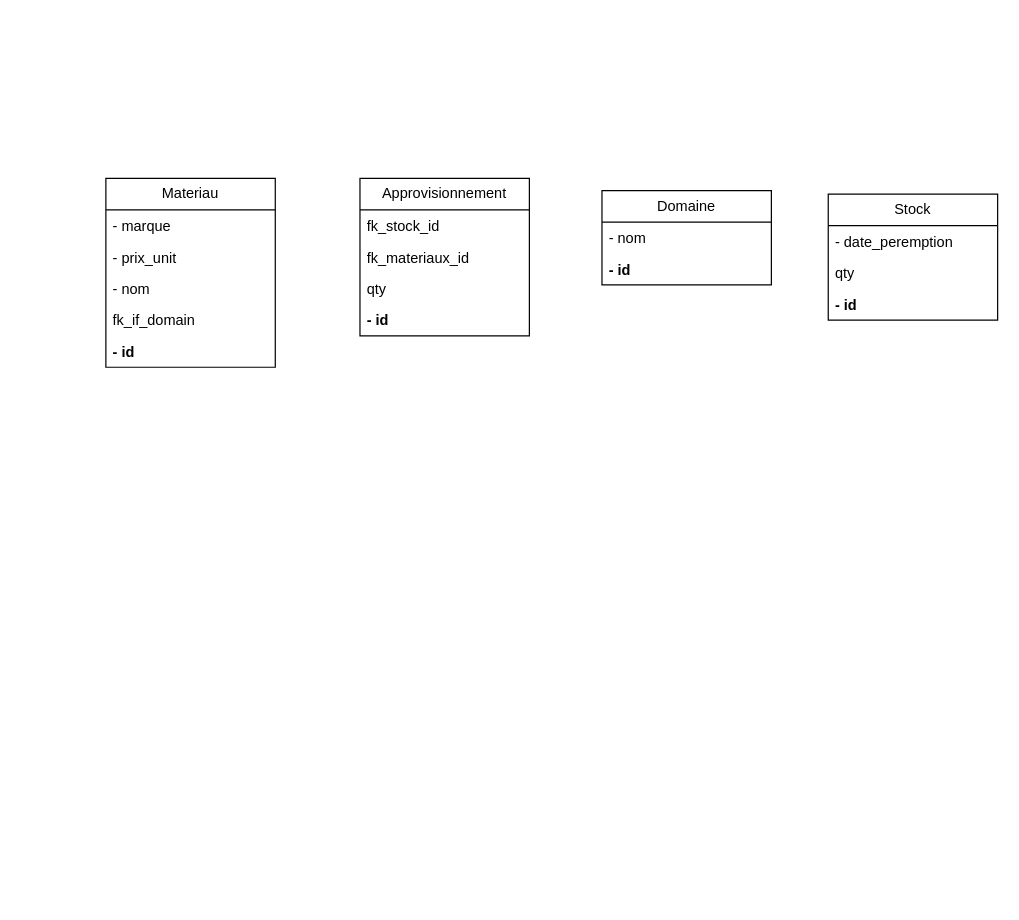
The draw.io diagram page "modele relationnel" (2 of 2) of revisions/guicopresse.drawio in arseneRuben/INF1094, before the edit. Source tidied: cells renumbered, new cells numbered last; positions are measured from the earlier drawing's top-left corner, leaving out a move shared by most shapes. Both pictures are drawn from the tidied source at 121%, with x=0, y=0 at pixel (105, 178).
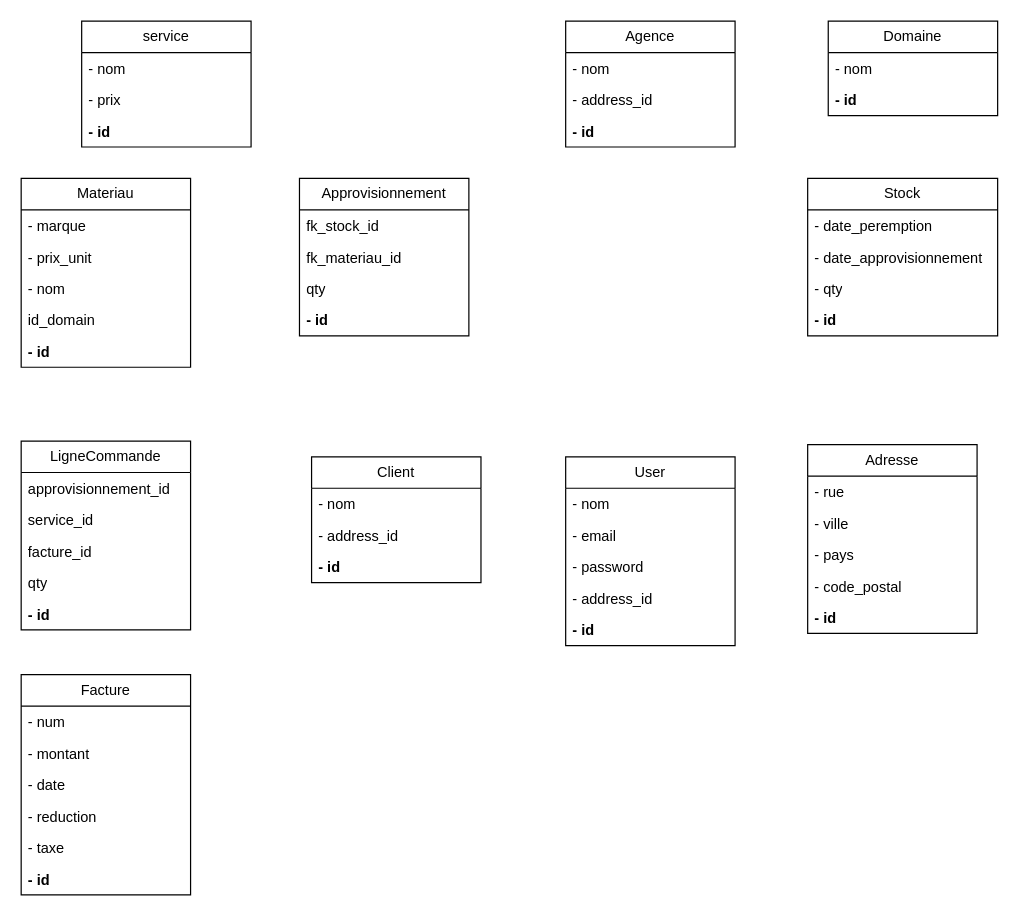
The same diagram, later.

Change to the diagram source:
```diff
@@
     <mxCell id="2" value="Materiau" style="swimlane;fontStyle=0;horizontal=1;startSize=26;fillColor=none;whiteSpace=wrap;html=1;" parent="1" vertex="1">
-      <mxGeometry width="140" height="156" as="geometry" />
+      <mxGeometry x="-70" width="140" height="156" as="geometry" />
     </mxCell>
@@
-    <mxCell id="6" value="fk_if_domain" style="text;strokeColor=none;fillColor=none;align=left;verticalAlign=top;spacingLeft=4;spacingRight=4;overflow=hidden;whiteSpace=wrap;html=1;" parent="2" vertex="1">
+    <mxCell id="6" value="id_domain" style="text;strokeColor=none;fillColor=none;align=left;verticalAlign=top;spacingLeft=4;spacingRight=4;overflow=hidden;whiteSpace=wrap;html=1;" parent="2" vertex="1">
       <mxGeometry y="104" width="140" height="26" as="geometry" />
     </mxCell>
@@
     <mxCell id="8" value="Domaine" style="swimlane;fontStyle=0;horizontal=1;startSize=26;fillColor=none;whiteSpace=wrap;html=1;" parent="1" vertex="1">
-      <mxGeometry x="410" y="10" width="140" height="78" as="geometry" />
+      <mxGeometry x="597" y="-130" width="140" height="78" as="geometry" />
     </mxCell>
@@
     <mxCell id="11" value="Approvisionnement" style="swimlane;fontStyle=0;horizontal=1;startSize=26;fillColor=none;whiteSpace=wrap;html=1;" parent="1" vertex="1">
-      <mxGeometry x="210" width="140" height="130" as="geometry" />
+      <mxGeometry x="160" width="140" height="130" as="geometry" />
     </mxCell>
@@
-    <mxCell id="13" value="fk_materiaux_id" style="text;strokeColor=none;fillColor=none;align=left;verticalAlign=top;spacingLeft=4;spacingRight=4;overflow=hidden;whiteSpace=wrap;html=1;" parent="11" vertex="1">
+    <mxCell id="13" value="fk_materiau_id" style="text;strokeColor=none;fillColor=none;align=left;verticalAlign=top;spacingLeft=4;spacingRight=4;overflow=hidden;whiteSpace=wrap;html=1;" parent="11" vertex="1">
       <mxGeometry y="52" width="140" height="26" as="geometry" />
     </mxCell>
@@
     <mxCell id="16" value="Stock" style="swimlane;fontStyle=0;horizontal=1;startSize=26;fillColor=none;whiteSpace=wrap;html=1;" parent="1" vertex="1">
-      <mxGeometry x="597" y="13" width="140" height="104" as="geometry" />
+      <mxGeometry x="580" width="157" height="130" as="geometry" />
     </mxCell>
     <mxCell id="17" value="- date_peremption" style="text;strokeColor=none;fillColor=none;align=left;verticalAlign=top;spacingLeft=4;spacingRight=4;overflow=hidden;whiteSpace=wrap;html=1;" parent="16" vertex="1">
-      <mxGeometry y="26" width="140" height="26" as="geometry" />
+      <mxGeometry y="26" width="157" height="26" as="geometry" />
     </mxCell>
+    <mxCell id="20" value="- date_approvisionnement" style="text;strokeColor=none;fillColor=none;align=left;verticalAlign=top;spacingLeft=4;spacingRight=4;overflow=hidden;whiteSpace=wrap;html=1;" parent="16" vertex="1">
+      <mxGeometry y="52" width="157" height="26" as="geometry" />
+    </mxCell>
-    <mxCell id="18" value="qty" style="text;strokeColor=none;fillColor=none;align=left;verticalAlign=top;spacingLeft=4;spacingRight=4;overflow=hidden;whiteSpace=wrap;html=1;" parent="16" vertex="1">
-      <mxGeometry y="52" width="140" height="26" as="geometry" />
+    <mxCell id="18" value="- qty" style="text;strokeColor=none;fillColor=none;align=left;verticalAlign=top;spacingLeft=4;spacingRight=4;overflow=hidden;whiteSpace=wrap;html=1;" parent="16" vertex="1">
+      <mxGeometry y="78" width="157" height="26" as="geometry" />
     </mxCell>
     <mxCell id="19" value="&lt;b&gt;- id&lt;/b&gt;" style="text;strokeColor=none;fillColor=none;align=left;verticalAlign=top;spacingLeft=4;spacingRight=4;overflow=hidden;whiteSpace=wrap;html=1;" parent="16" vertex="1">
-      <mxGeometry y="78" width="140" height="26" as="geometry" />
+      <mxGeometry y="104" width="157" height="26" as="geometry" />
     </mxCell>
+    <mxCell id="21" value="Agence" style="swimlane;fontStyle=0;horizontal=1;startSize=26;fillColor=none;whiteSpace=wrap;html=1;" parent="1" vertex="1">
+      <mxGeometry x="380" y="-130" width="140" height="104" as="geometry" />
+    </mxCell>
+    <mxCell id="22" value="- nom" style="text;strokeColor=none;fillColor=none;align=left;verticalAlign=top;spacingLeft=4;spacingRight=4;overflow=hidden;whiteSpace=wrap;html=1;" parent="21" vertex="1">
+      <mxGeometry y="26" width="140" height="26" as="geometry" />
+    </mxCell>
+    <mxCell id="23" value="- address_id" style="text;strokeColor=none;fillColor=none;align=left;verticalAlign=top;spacingLeft=4;spacingRight=4;overflow=hidden;whiteSpace=wrap;html=1;" parent="21" vertex="1">
+      <mxGeometry y="52" width="140" height="26" as="geometry" />
+    </mxCell>
+    <mxCell id="24" value="&lt;b&gt;- id&lt;/b&gt;" style="text;strokeColor=none;fillColor=none;align=left;verticalAlign=top;spacingLeft=4;spacingRight=4;overflow=hidden;whiteSpace=wrap;html=1;" parent="21" vertex="1">
+      <mxGeometry y="78" width="140" height="26" as="geometry" />
+    </mxCell>
+    <mxCell id="25" value="Adresse" style="swimlane;fontStyle=0;horizontal=1;startSize=26;fillColor=none;whiteSpace=wrap;html=1;" parent="1" vertex="1">
+      <mxGeometry x="580" y="220" width="140" height="156" as="geometry" />
+    </mxCell>
+    <mxCell id="26" value="- rue" style="text;strokeColor=none;fillColor=none;align=left;verticalAlign=top;spacingLeft=4;spacingRight=4;overflow=hidden;whiteSpace=wrap;html=1;" parent="25" vertex="1">
+      <mxGeometry y="26" width="140" height="26" as="geometry" />
+    </mxCell>
+    <mxCell id="27" value="- ville" style="text;strokeColor=none;fillColor=none;align=left;verticalAlign=top;spacingLeft=4;spacingRight=4;overflow=hidden;whiteSpace=wrap;html=1;" parent="25" vertex="1">
+      <mxGeometry y="52" width="140" height="26" as="geometry" />
+    </mxCell>
+    <mxCell id="28" value="- pays" style="text;strokeColor=none;fillColor=none;align=left;verticalAlign=top;spacingLeft=4;spacingRight=4;overflow=hidden;whiteSpace=wrap;html=1;" parent="25" vertex="1">
+      <mxGeometry y="78" width="140" height="26" as="geometry" />
+    </mxCell>
+    <mxCell id="29" value="- code_postal" style="text;strokeColor=none;fillColor=none;align=left;verticalAlign=top;spacingLeft=4;spacingRight=4;overflow=hidden;whiteSpace=wrap;html=1;" parent="25" vertex="1">
+      <mxGeometry y="104" width="140" height="26" as="geometry" />
+    </mxCell>
+    <mxCell id="30" value="&lt;b&gt;- id&lt;/b&gt;" style="text;strokeColor=none;fillColor=none;align=left;verticalAlign=top;spacingLeft=4;spacingRight=4;overflow=hidden;whiteSpace=wrap;html=1;" parent="25" vertex="1">
+      <mxGeometry y="130" width="140" height="26" as="geometry" />
+    </mxCell>
+    <mxCell id="31" value="Client" style="swimlane;fontStyle=0;horizontal=1;startSize=26;fillColor=none;whiteSpace=wrap;html=1;" parent="1" vertex="1">
+      <mxGeometry x="170" y="230" width="140" height="104" as="geometry" />
+    </mxCell>
+    <mxCell id="32" value="- nom" style="text;strokeColor=none;fillColor=none;align=left;verticalAlign=top;spacingLeft=4;spacingRight=4;overflow=hidden;whiteSpace=wrap;html=1;" parent="31" vertex="1">
+      <mxGeometry y="26" width="140" height="26" as="geometry" />
+    </mxCell>
+    <mxCell id="33" value="- address_id" style="text;strokeColor=none;fillColor=none;align=left;verticalAlign=top;spacingLeft=4;spacingRight=4;overflow=hidden;whiteSpace=wrap;html=1;" parent="31" vertex="1">
+      <mxGeometry y="52" width="140" height="26" as="geometry" />
+    </mxCell>
+    <mxCell id="34" value="&lt;b&gt;- id&lt;/b&gt;" style="text;strokeColor=none;fillColor=none;align=left;verticalAlign=top;spacingLeft=4;spacingRight=4;overflow=hidden;whiteSpace=wrap;html=1;" parent="31" vertex="1">
+      <mxGeometry y="78" width="140" height="26" as="geometry" />
+    </mxCell>
+    <mxCell id="35" value="Facture" style="swimlane;fontStyle=0;horizontal=1;startSize=26;fillColor=none;whiteSpace=wrap;html=1;" parent="1" vertex="1">
+      <mxGeometry x="-70" y="410" width="140" height="182" as="geometry" />
+    </mxCell>
+    <mxCell id="36" value="- num" style="text;strokeColor=none;fillColor=none;align=left;verticalAlign=top;spacingLeft=4;spacingRight=4;overflow=hidden;whiteSpace=wrap;html=1;" parent="35" vertex="1">
+      <mxGeometry y="26" width="140" height="26" as="geometry" />
+    </mxCell>
+    <mxCell id="37" value="- montant" style="text;strokeColor=none;fillColor=none;align=left;verticalAlign=top;spacingLeft=4;spacingRight=4;overflow=hidden;whiteSpace=wrap;html=1;" parent="35" vertex="1">
+      <mxGeometry y="52" width="140" height="26" as="geometry" />
+    </mxCell>
+    <mxCell id="38" value="- date" style="text;strokeColor=none;fillColor=none;align=left;verticalAlign=top;spacingLeft=4;spacingRight=4;overflow=hidden;whiteSpace=wrap;html=1;" parent="35" vertex="1">
+      <mxGeometry y="78" width="140" height="26" as="geometry" />
+    </mxCell>
+    <mxCell id="39" value="- reduction" style="text;strokeColor=none;fillColor=none;align=left;verticalAlign=top;spacingLeft=4;spacingRight=4;overflow=hidden;whiteSpace=wrap;html=1;" parent="35" vertex="1">
+      <mxGeometry y="104" width="140" height="26" as="geometry" />
+    </mxCell>
+    <mxCell id="40" value="- taxe" style="text;strokeColor=none;fillColor=none;align=left;verticalAlign=top;spacingLeft=4;spacingRight=4;overflow=hidden;whiteSpace=wrap;html=1;" parent="35" vertex="1">
+      <mxGeometry y="130" width="140" height="26" as="geometry" />
+    </mxCell>
+    <mxCell id="41" value="&lt;b&gt;- id&lt;/b&gt;" style="text;strokeColor=none;fillColor=none;align=left;verticalAlign=top;spacingLeft=4;spacingRight=4;overflow=hidden;whiteSpace=wrap;html=1;" parent="35" vertex="1">
+      <mxGeometry y="156" width="140" height="26" as="geometry" />
+    </mxCell>
+    <mxCell id="42" value="LigneCommande" style="swimlane;fontStyle=0;horizontal=1;startSize=26;fillColor=none;whiteSpace=wrap;html=1;" parent="1" vertex="1">
+      <mxGeometry x="-70" y="217" width="140" height="156" as="geometry" />
+    </mxCell>
+    <mxCell id="43" value="approvisionnement_id" style="text;strokeColor=none;fillColor=none;align=left;verticalAlign=top;spacingLeft=4;spacingRight=4;overflow=hidden;whiteSpace=wrap;html=1;" parent="42" vertex="1">
+      <mxGeometry y="26" width="140" height="26" as="geometry" />
+    </mxCell>
+    <mxCell id="44" value="service_id" style="text;strokeColor=none;fillColor=none;align=left;verticalAlign=top;spacingLeft=4;spacingRight=4;overflow=hidden;whiteSpace=wrap;html=1;" parent="42" vertex="1">
+      <mxGeometry y="52" width="140" height="26" as="geometry" />
+    </mxCell>
+    <mxCell id="45" value="facture_id" style="text;strokeColor=none;fillColor=none;align=left;verticalAlign=top;spacingLeft=4;spacingRight=4;overflow=hidden;whiteSpace=wrap;html=1;" parent="42" vertex="1">
+      <mxGeometry y="78" width="140" height="26" as="geometry" />
+    </mxCell>
+    <mxCell id="46" value="qty" style="text;strokeColor=none;fillColor=none;align=left;verticalAlign=top;spacingLeft=4;spacingRight=4;overflow=hidden;whiteSpace=wrap;html=1;" parent="42" vertex="1">
+      <mxGeometry y="104" width="140" height="26" as="geometry" />
+    </mxCell>
+    <mxCell id="47" value="&lt;b&gt;- id&lt;/b&gt;" style="text;strokeColor=none;fillColor=none;align=left;verticalAlign=top;spacingLeft=4;spacingRight=4;overflow=hidden;whiteSpace=wrap;html=1;" parent="42" vertex="1">
+      <mxGeometry y="130" width="140" height="26" as="geometry" />
+    </mxCell>
+    <mxCell id="48" value="service" style="swimlane;fontStyle=0;horizontal=1;startSize=26;fillColor=none;whiteSpace=wrap;html=1;" parent="1" vertex="1">
+      <mxGeometry x="-20" y="-130" width="140" height="104" as="geometry" />
+    </mxCell>
+    <mxCell id="49" value="- nom" style="text;strokeColor=none;fillColor=none;align=left;verticalAlign=top;spacingLeft=4;spacingRight=4;overflow=hidden;whiteSpace=wrap;html=1;" parent="48" vertex="1">
+      <mxGeometry y="26" width="140" height="26" as="geometry" />
+    </mxCell>
+    <mxCell id="50" value="- prix" style="text;strokeColor=none;fillColor=none;align=left;verticalAlign=top;spacingLeft=4;spacingRight=4;overflow=hidden;whiteSpace=wrap;html=1;" parent="48" vertex="1">
+      <mxGeometry y="52" width="140" height="26" as="geometry" />
+    </mxCell>
+    <mxCell id="51" value="&lt;b&gt;- id&lt;/b&gt;" style="text;strokeColor=none;fillColor=none;align=left;verticalAlign=top;spacingLeft=4;spacingRight=4;overflow=hidden;whiteSpace=wrap;html=1;" parent="48" vertex="1">
+      <mxGeometry y="78" width="140" height="26" as="geometry" />
+    </mxCell>
+    <mxCell id="52" value="User" style="swimlane;fontStyle=0;horizontal=1;startSize=26;fillColor=none;whiteSpace=wrap;html=1;" parent="1" vertex="1">
+      <mxGeometry x="380" y="230" width="140" height="156" as="geometry" />
+    </mxCell>
+    <mxCell id="53" value="- nom" style="text;strokeColor=none;fillColor=none;align=left;verticalAlign=top;spacingLeft=4;spacingRight=4;overflow=hidden;whiteSpace=wrap;html=1;" parent="52" vertex="1">
+      <mxGeometry y="26" width="140" height="26" as="geometry" />
+    </mxCell>
+    <mxCell id="54" value="- email" style="text;strokeColor=none;fillColor=none;align=left;verticalAlign=top;spacingLeft=4;spacingRight=4;overflow=hidden;whiteSpace=wrap;html=1;" parent="52" vertex="1">
+      <mxGeometry y="52" width="140" height="26" as="geometry" />
+    </mxCell>
+    <mxCell id="55" value="- password" style="text;strokeColor=none;fillColor=none;align=left;verticalAlign=top;spacingLeft=4;spacingRight=4;overflow=hidden;whiteSpace=wrap;html=1;" parent="52" vertex="1">
+      <mxGeometry y="78" width="140" height="26" as="geometry" />
+    </mxCell>
+    <mxCell id="56" value="- address_id" style="text;strokeColor=none;fillColor=none;align=left;verticalAlign=top;spacingLeft=4;spacingRight=4;overflow=hidden;whiteSpace=wrap;html=1;" parent="52" vertex="1">
+      <mxGeometry y="104" width="140" height="26" as="geometry" />
+    </mxCell>
+    <mxCell id="57" value="&lt;b&gt;- id&lt;/b&gt;" style="text;strokeColor=none;fillColor=none;align=left;verticalAlign=top;spacingLeft=4;spacingRight=4;overflow=hidden;whiteSpace=wrap;html=1;" parent="52" vertex="1">
+      <mxGeometry y="130" width="140" height="26" as="geometry" />
+    </mxCell>
```
